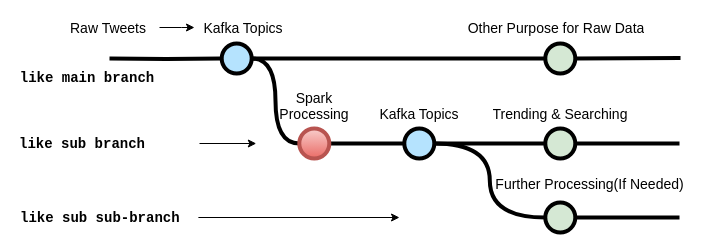
Earlier version of the draw.io diagram Kafka Data Flow.drawio (MyLife97/Streaming_Analysis). Source tidied: cells renumbered, new cells numbered last; positions are measured from the earlier drawing's top-left corner, leaving out a move shared by most shapes. Both pictures are drawn from the tidied source at 100%, with x=0, y=0 at pixel (17, 17).
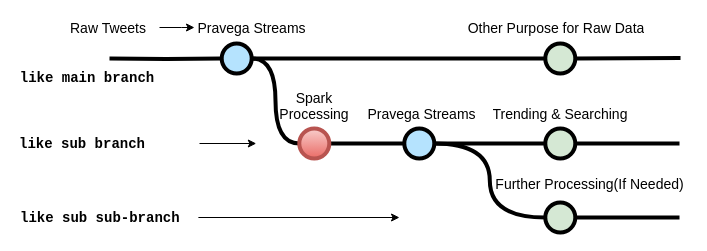
The same page after the edit.

The edit, as a diff of the source:
```diff
@@
-    <mxCell id="16" value="Kafka Topics" style="text;html=1;strokeColor=none;fillColor=none;align=center;verticalAlign=middle;whiteSpace=wrap;overflow=hidden;fontSize=14;" parent="1" vertex="1">
-      <mxGeometry x="177" width="97.8" height="20" as="geometry" />
+    <mxCell id="16" value="Pravega Streams" style="text;html=1;strokeColor=none;fillColor=none;align=center;verticalAlign=middle;whiteSpace=wrap;overflow=hidden;fontSize=14;" parent="1" vertex="1">
+      <mxGeometry x="177" width="115" height="20" as="geometry" />
     </mxCell>
@@
-    <mxCell id="22" value="Kafka Topics" style="text;html=1;strokeColor=none;fillColor=none;align=center;verticalAlign=middle;whiteSpace=wrap;overflow=hidden;fontSize=14;" parent="1" vertex="1">
-      <mxGeometry x="346.8" y="86" width="110" height="20" as="geometry" />
+    <mxCell id="22" value="Pravega Streams" style="text;html=1;strokeColor=none;fillColor=none;align=center;verticalAlign=middle;whiteSpace=wrap;overflow=hidden;fontSize=14;" parent="1" vertex="1">
+      <mxGeometry x="346.8" y="86" width="115.2" height="20" as="geometry" />
     </mxCell>
```
